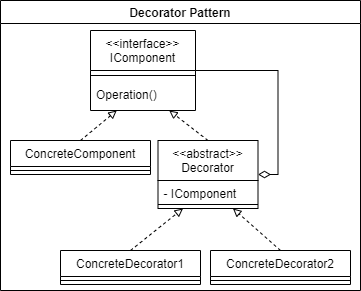
The draw.io diagram Assets/DecoratorPattern/DecoratorPatternDiagram.png in Johnny-Connor/GameProgrammingPatterns, before a commit. Source tidied: cells renumbered, new cells last; positions are measured from the earlier drawing's top-left corner, leaving out a move shared by most shapes.
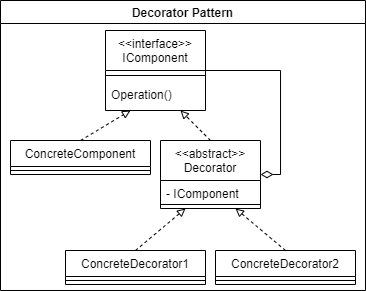
The same diagram one commit later.

Commit message:
Decorator, Strategy, State patterns: UML cleanup.

DecoratorPatternDiagram: centralized boxes.
StatePatternDiagram: Renamed StateA and StateB to, respectively, State1 and State2.
StrategyPatternDiagram: Removed a small blank gap in between Context and IStrategy.

Diff of the diagram source:
```diff
@@ -3,25 +3,25 @@
     <mxCell id="0" />
     <mxCell id="1" parent="0" />
     <mxCell id="2" value="Decorator Pattern" style="swimlane;" parent="1" vertex="1">
-      <mxGeometry width="360" height="290" as="geometry" />
+      <mxGeometry width="365" height="290" as="geometry" />
     </mxCell>
     <mxCell id="3" style="rounded=0;jettySize=auto;html=1;exitX=0.5;exitY=0;exitDx=0;exitDy=0;entryX=0.75;entryY=1;entryDx=0;entryDy=0;endArrow=block;endFill=0;dashed=1;" parent="2" edge="1" source="8" target="4">
       <mxGeometry relative="1" as="geometry" />
     </mxCell>
     <mxCell id="4" value="&lt;&lt;interface&gt;&gt;&#10;IComponent" style="swimlane;fontStyle=0;align=center;verticalAlign=top;horizontal=1;startSize=40;rounded=0;shadow=0;strokeWidth=1;labelBorderColor=none;" parent="2" vertex="1">
-      <mxGeometry x="90" y="30" width="105" height="80" as="geometry" />
+      <mxGeometry x="105" y="30" width="100" height="80" as="geometry" />
     </mxCell>
     <mxCell id="5" style="line;html=1;strokeWidth=1;align=left;verticalAlign=middle;spacingTop=-1;spacingLeft=3;spacingRight=3;labelPosition=right;" parent="4" vertex="1">
-      <mxGeometry y="40" width="105" height="10" as="geometry" />
+      <mxGeometry y="40" width="100" height="10" as="geometry" />
     </mxCell>
     <mxCell id="6" value="Operation()" style="text;html=1;align=left;verticalAlign=middle;strokeColor=none;fillColor=none;spacingLeft=4;spacingRight=4;" parent="4" vertex="1">
-      <mxGeometry y="50" width="105" height="30" as="geometry" />
+      <mxGeometry y="50" width="100" height="30" as="geometry" />
     </mxCell>
     <mxCell id="7" style="rounded=0;jettySize=auto;html=1;exitX=1;exitY=0.5;exitDx=0;exitDy=0;entryX=1;entryY=0.5;entryDx=0;entryDy=0;endArrow=none;endFill=0;edgeStyle=orthogonalEdgeStyle;startArrow=diamondThin;startFill=0;sourcePerimeterSpacing=0;startSize=10;" parent="2" edge="1" source="8" target="4">
       <mxGeometry relative="1" as="geometry" />
     </mxCell>
     <mxCell id="8" value="&lt;&lt;abstract&gt;&gt;&#10;Decorator" style="swimlane;fontStyle=0;align=center;verticalAlign=top;horizontal=1;startSize=40;rounded=0;shadow=0;strokeWidth=1;" parent="2" vertex="1">
-      <mxGeometry x="157.5" y="140" width="100" height="68" as="geometry" />
+      <mxGeometry x="160" y="140" width="100" height="68" as="geometry" />
     </mxCell>
     <mxCell id="9" value="- IComponent" style="text;align=left;verticalAlign=top;spacingLeft=4;spacingRight=4;overflow=hidden;" parent="8" vertex="1">
       <mxGeometry y="40" width="100" height="20" as="geometry" />
@@ -38,20 +38,20 @@
     <mxCell id="13" style="line;strokeWidth=1;fillColor=none;align=left;verticalAlign=middle;spacingTop=-1;spacingLeft=3;spacingRight=3;labelPosition=right;strokeColor=inherit;" parent="12" vertex="1">
       <mxGeometry y="26" width="140" height="8" as="geometry" />
     </mxCell>
-    <mxCell id="14" style="edgeStyle=none;rounded=0;jettySize=auto;html=1;exitX=0.5;exitY=0;exitDx=0;exitDy=0;entryX=0.25;entryY=1;entryDx=0;entryDy=0;dashed=1;endArrow=block;endFill=0;" parent="2" edge="1" source="15" target="8">
+    <mxCell id="14" style="edgeStyle=none;rounded=0;jettySize=auto;html=1;exitX=0.5;exitY=0;exitDx=0;exitDy=0;dashed=1;endArrow=block;endFill=0;entryX=0.25;entryY=1;entryDx=0;entryDy=0;" parent="2" edge="1" source="15" target="8">
       <mxGeometry relative="1" as="geometry" />
     </mxCell>
     <mxCell id="15" value="ConcreteDecorator1" style="swimlane;fontStyle=0;align=center;verticalAlign=top;horizontal=1;startSize=26;" parent="2" vertex="1">
-      <mxGeometry x="60" y="250" width="140" height="34" as="geometry" />
+      <mxGeometry x="65" y="250" width="140" height="34" as="geometry" />
     </mxCell>
     <mxCell id="16" style="line;strokeWidth=1;fillColor=none;align=left;verticalAlign=middle;spacingTop=-1;spacingLeft=3;spacingRight=3;labelPosition=right;strokeColor=inherit;" parent="15" vertex="1">
       <mxGeometry y="26" width="140" height="8" as="geometry" />
     </mxCell>
-    <mxCell id="17" style="edgeStyle=none;rounded=0;jettySize=auto;html=1;exitX=0.5;exitY=0;exitDx=0;exitDy=0;entryX=0.75;entryY=1;entryDx=0;entryDy=0;dashed=1;endArrow=block;endFill=0;" parent="2" edge="1" source="18" target="8">
+    <mxCell id="17" style="rounded=0;jettySize=auto;html=1;exitX=0.5;exitY=0;exitDx=0;exitDy=0;entryX=0.75;entryY=1;entryDx=0;entryDy=0;dashed=1;endArrow=block;endFill=0;" parent="2" edge="1" source="18" target="8">
       <mxGeometry relative="1" as="geometry" />
     </mxCell>
     <mxCell id="18" value="ConcreteDecorator2" style="swimlane;fontStyle=0;align=center;verticalAlign=top;horizontal=1;startSize=26;" parent="2" vertex="1">
-      <mxGeometry x="210" y="250" width="140" height="34" as="geometry" />
+      <mxGeometry x="215" y="250" width="140" height="34" as="geometry" />
     </mxCell>
     <mxCell id="19" style="line;strokeWidth=1;fillColor=none;align=left;verticalAlign=middle;spacingTop=-1;spacingLeft=3;spacingRight=3;labelPosition=right;strokeColor=inherit;" parent="18" vertex="1">
       <mxGeometry y="26" width="140" height="8" as="geometry" />
```
